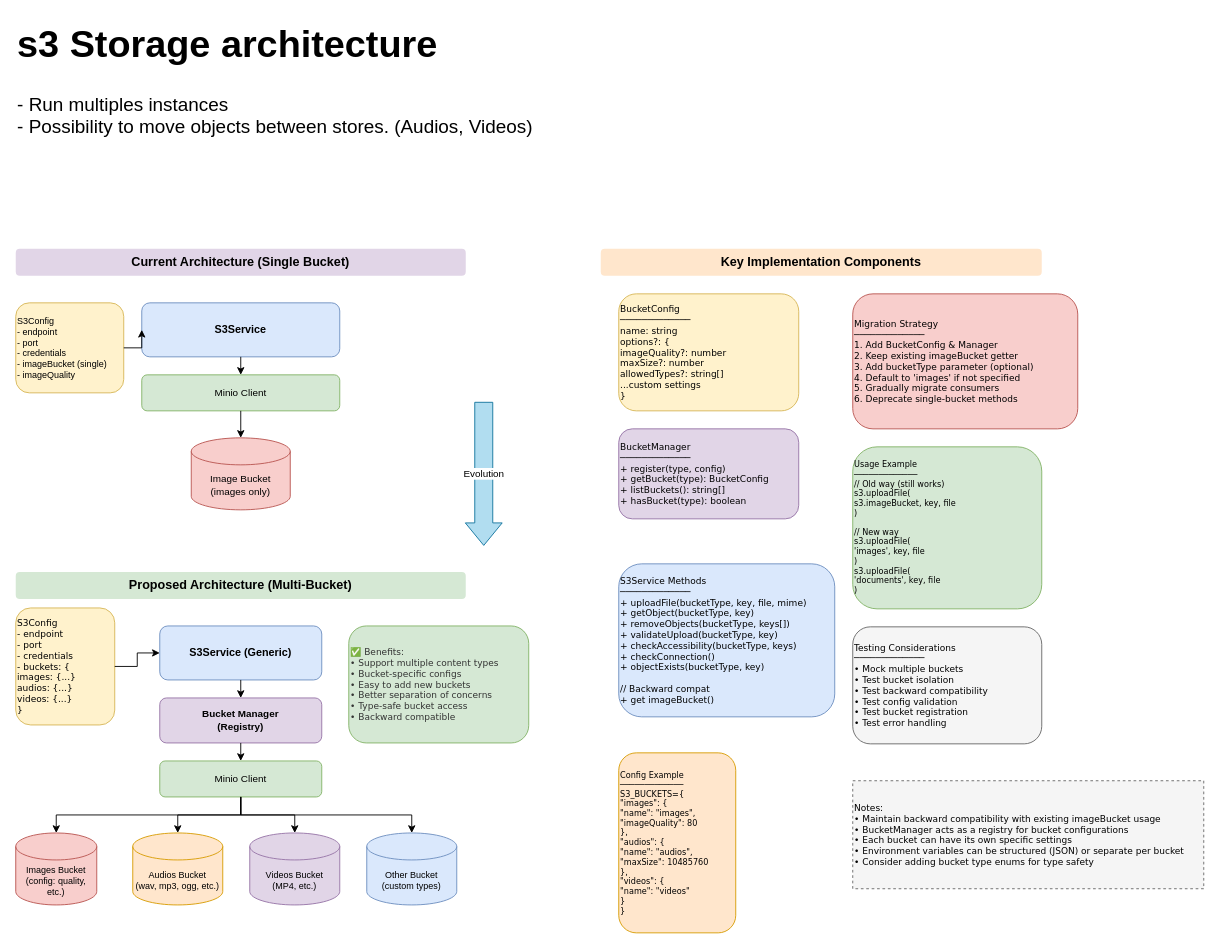
The draw.io diagram docs/s3-multi-bucket-architecture.drawio in bccsa/luminary, before the edit. Source tidied: cells renumbered, new cells numbered last; positions are measured from the earlier drawing's top-left corner, leaving out a move shared by most shapes. Both pictures are drawn from the tidied source at 90%, with x=0, y=0 at pixel (15, 15).
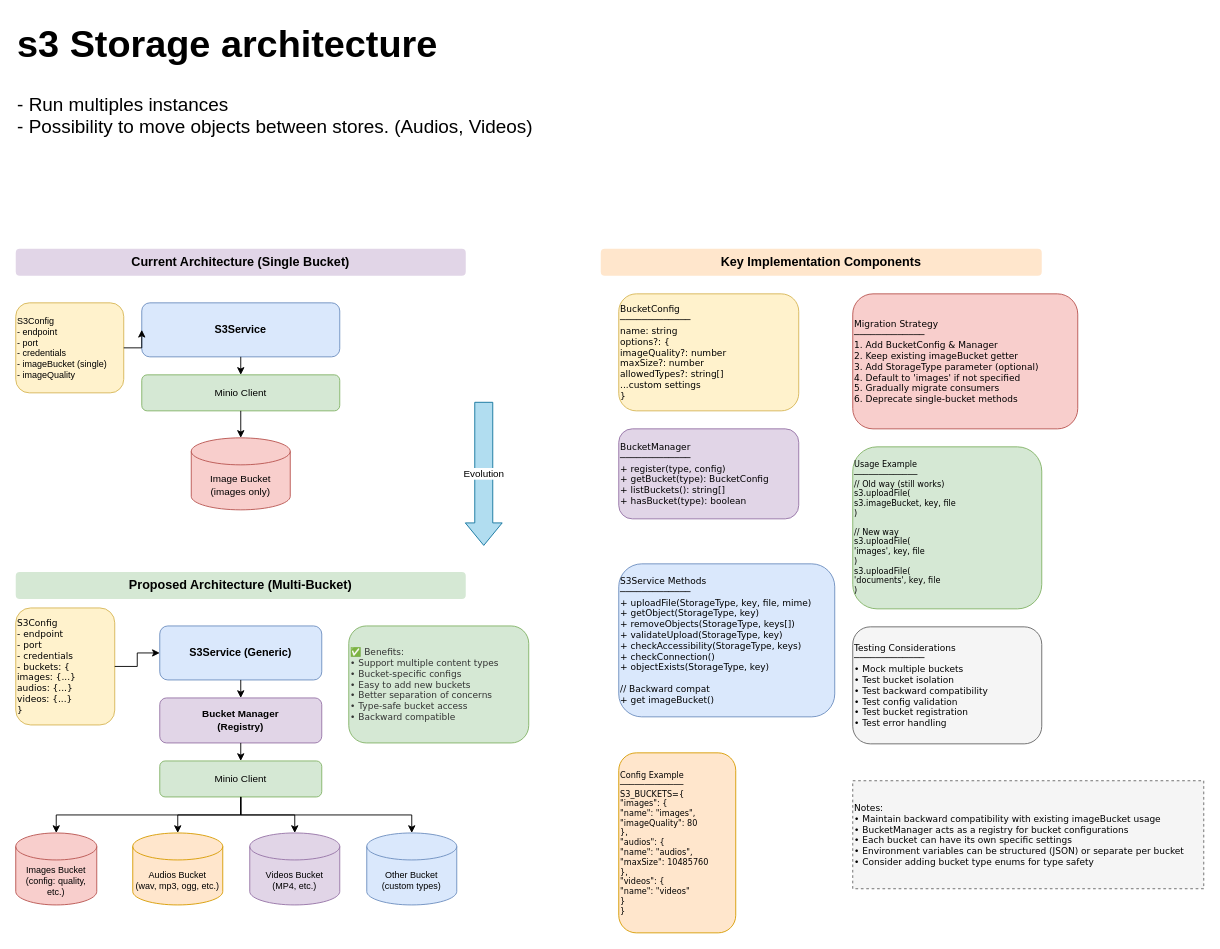
The same page after the edit.

The edit, as a diff of the source:
```diff
@@
-    <mxCell id="23" value="S3Service Methods&lt;br&gt;─────────────&lt;br&gt;+ uploadFile(bucketType, key, file, mime)&lt;br&gt;+ getObject(bucketType, key)&lt;br&gt;+ removeObjects(bucketType, keys[])&lt;br&gt;+ validateUpload(bucketType, key)&lt;br&gt;+ checkAccessibility(bucketType, keys)&lt;div&gt;+ checkConnection()&lt;/div&gt;&lt;div&gt;+ objectExists(bucketType, key)&lt;br&gt;&lt;br&gt;// Backward compat&lt;br&gt;+ get imageBucket()&lt;/div&gt;" style="rounded=1;whiteSpace=wrap;html=1;fillColor=#dae8fc;strokeColor=#6c8ebf;align=left;fontSize=10;fontFamily=Verdana;" parent="1" vertex="1">
+    <mxCell id="23" value="S3Service Methods&lt;br&gt;─────────────&lt;br&gt;+ uploadFile(StorageType, key, file, mime)&lt;br&gt;+ getObject(StorageType, key)&lt;br&gt;+ removeObjects(StorageType, keys[])&lt;br&gt;+ validateUpload(StorageType, key)&lt;br&gt;+ checkAccessibility(StorageType, keys)&lt;div&gt;+ checkConnection()&lt;/div&gt;&lt;div&gt;+ objectExists(StorageType, key)&lt;br&gt;&lt;br&gt;// Backward compat&lt;br&gt;+ get imageBucket()&lt;/div&gt;" style="rounded=1;whiteSpace=wrap;html=1;fillColor=#dae8fc;strokeColor=#6c8ebf;align=left;fontSize=10;fontFamily=Verdana;" parent="1" vertex="1">
       <mxGeometry x="670" y="609" width="240" height="170" as="geometry" />
     </mxCell>
-    <mxCell id="24" value="Migration Strategy&#10;─────────────&#10;1. Add BucketConfig &amp;amp; Manager&#10;2. Keep existing imageBucket getter&#10;3. Add bucketType parameter (optional)&#10;4. Default to 'images' if not specified&#10;5. Gradually migrate consumers&#10;6. Deprecate single-bucket methods" style="rounded=1;whiteSpace=wrap;html=1;fillColor=#f8cecc;strokeColor=#b85450;align=left;fontSize=10;fontFamily=Verdana;" parent="1" vertex="1">
+    <mxCell id="24" value="Migration Strategy&#10;─────────────&#10;1. Add BucketConfig &amp;amp; Manager&#10;2. Keep existing imageBucket getter&#10;3. Add StorageType parameter (optional)&#10;4. Default to 'images' if not specified&#10;5. Gradually migrate consumers&#10;6. Deprecate single-bucket methods" style="rounded=1;whiteSpace=wrap;html=1;fillColor=#f8cecc;strokeColor=#b85450;align=left;fontSize=10;fontFamily=Verdana;" parent="1" vertex="1">
       <mxGeometry x="930" y="309" width="250" height="150" as="geometry" />
     </mxCell>
```
